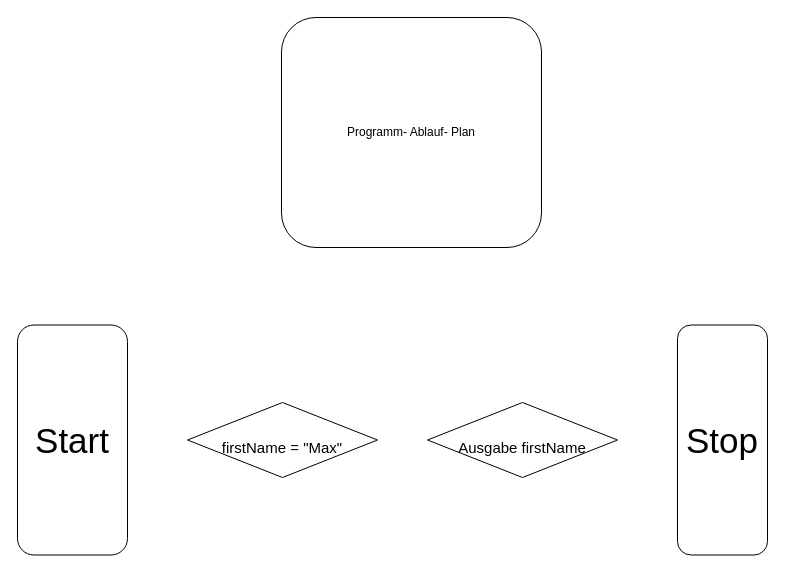
Above: page "PAP-01" (1 of 2) of pap.drawio in PP-OOP-SE-22/01_Variablen (draw.io), before the change. Source tidied: cells renumbered, new cells numbered last; positions are measured from the earlier drawing's top-left corner, leaving out a move shared by most shapes. Both pictures are drawn from the tidied source at 100%, with x=0, y=0 at pixel (17, 17).
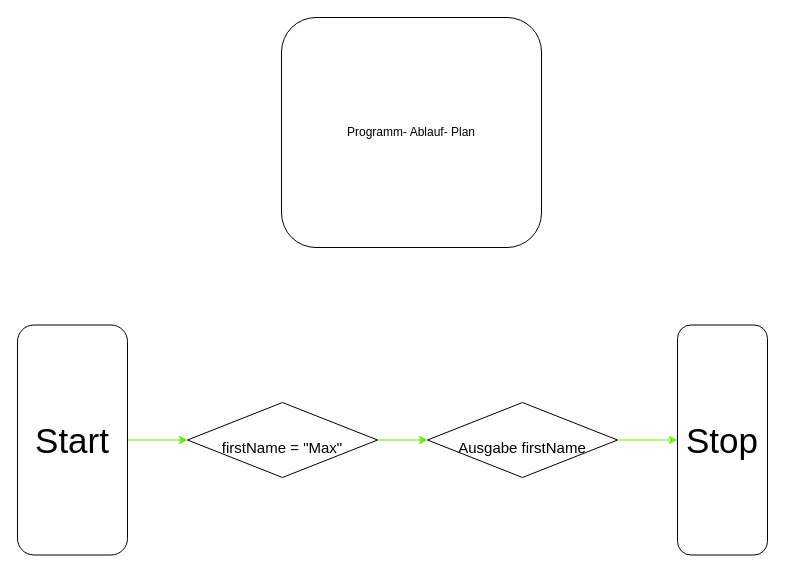
The same page after the edit.

The edit, as a diff of the source:
```diff
@@
 <mxGraphModel>
   <root>
     <mxCell id="0" />
     <mxCell id="1" parent="0" />
     <mxCell id="2" value="Programm- Ablauf- Plan&lt;br&gt;" style="rounded=1;whiteSpace=wrap;html=1;" parent="1" vertex="1">
       <mxGeometry x="264" width="260" height="230" as="geometry" />
     </mxCell>
+    <mxCell id="7" style="edgeStyle=none;html=1;fontSize=15;fillColor=#60a917;strokeColor=#5AED00;" parent="1" edge="1" source="3" target="5">
+      <mxGeometry relative="1" as="geometry" />
+    </mxCell>
     <mxCell id="3" value="&lt;font style=&quot;font-size: 35px&quot;&gt;Start&lt;/font&gt;" style="rounded=1;whiteSpace=wrap;html=1;" parent="1" vertex="1">
       <mxGeometry y="307.5" width="110" height="230" as="geometry" />
     </mxCell>
     <mxCell id="4" value="&lt;font style=&quot;font-size: 35px&quot;&gt;Stop&lt;/font&gt;" style="rounded=1;whiteSpace=wrap;html=1;" parent="1" vertex="1">
       <mxGeometry x="660" y="307.5" width="90" height="230" as="geometry" />
     </mxCell>
+    <mxCell id="8" style="edgeStyle=none;html=1;exitX=1;exitY=0.5;exitDx=0;exitDy=0;entryX=0;entryY=0.5;entryDx=0;entryDy=0;fontSize=15;fillColor=#60a917;strokeColor=#5CF200;" parent="1" edge="1" source="5" target="6">
+      <mxGeometry relative="1" as="geometry" />
+    </mxCell>
     <mxCell id="5" value="&lt;font style=&quot;font-size: 15px&quot;&gt;firstName = &quot;Max&quot;&lt;/font&gt;" style="rhombus;whiteSpace=wrap;html=1;fontSize=35;" parent="1" vertex="1">
       <mxGeometry x="170" y="385" width="190" height="75" as="geometry" />
     </mxCell>
+    <mxCell id="9" style="edgeStyle=none;html=1;exitX=1;exitY=0.5;exitDx=0;exitDy=0;entryX=0;entryY=0.5;entryDx=0;entryDy=0;fontSize=15;fillColor=#60a917;strokeColor=#60FC00;" parent="1" edge="1" source="6" target="4">
+      <mxGeometry relative="1" as="geometry" />
+    </mxCell>
     <mxCell id="6" value="&lt;font style=&quot;font-size: 15px&quot;&gt;Ausgabe firstName&lt;/font&gt;" style="rhombus;whiteSpace=wrap;html=1;fontSize=35;" parent="1" vertex="1">
       <mxGeometry x="410" y="385" width="190" height="75" as="geometry" />
     </mxCell>
   </root>
 </mxGraphModel>
```
